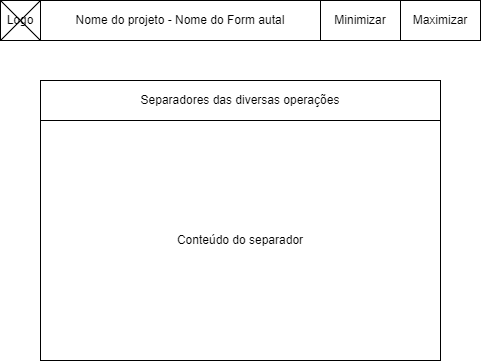
Above: doc/DAMenusGestao.png in 2211854/PSI_DA_PL1-C (draw.io), before the change. Source tidied: cells renumbered, new cells last; positions are measured from the earlier drawing's top-left corner, leaving out a move shared by most shapes.
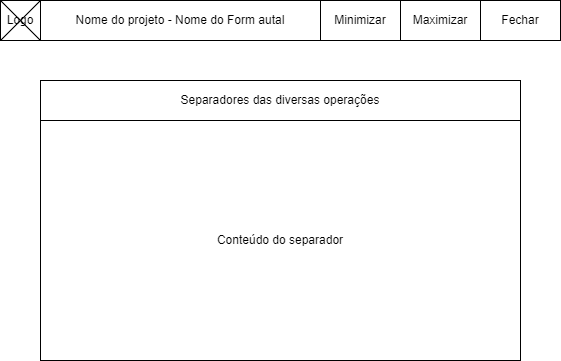
The same diagram one commit later.

Change to the diagram source:
```diff
@@ -21,10 +21,13 @@
       <mxGeometry x="400" width="80" height="40" as="geometry" />
     </mxCell>
     <mxCell id="8" value="Separadores das diversas operações" style="rounded=0;whiteSpace=wrap;html=1;" parent="1" vertex="1">
-      <mxGeometry x="40" y="80" width="400" height="40" as="geometry" />
+      <mxGeometry x="40" y="80" width="480" height="40" as="geometry" />
     </mxCell>
     <mxCell id="9" value="Conteúdo do separador" style="rounded=0;whiteSpace=wrap;html=1;" parent="1" vertex="1">
-      <mxGeometry x="40" y="120" width="400" height="240" as="geometry" />
+      <mxGeometry x="40" y="120" width="480" height="240" as="geometry" />
     </mxCell>
+    <mxCell id="10" value="Fechar" style="rounded=0;whiteSpace=wrap;html=1;" parent="1" vertex="1">
+      <mxGeometry x="480" width="80" height="40" as="geometry" />
+    </mxCell>
   </root>
 </mxGraphModel>
```
